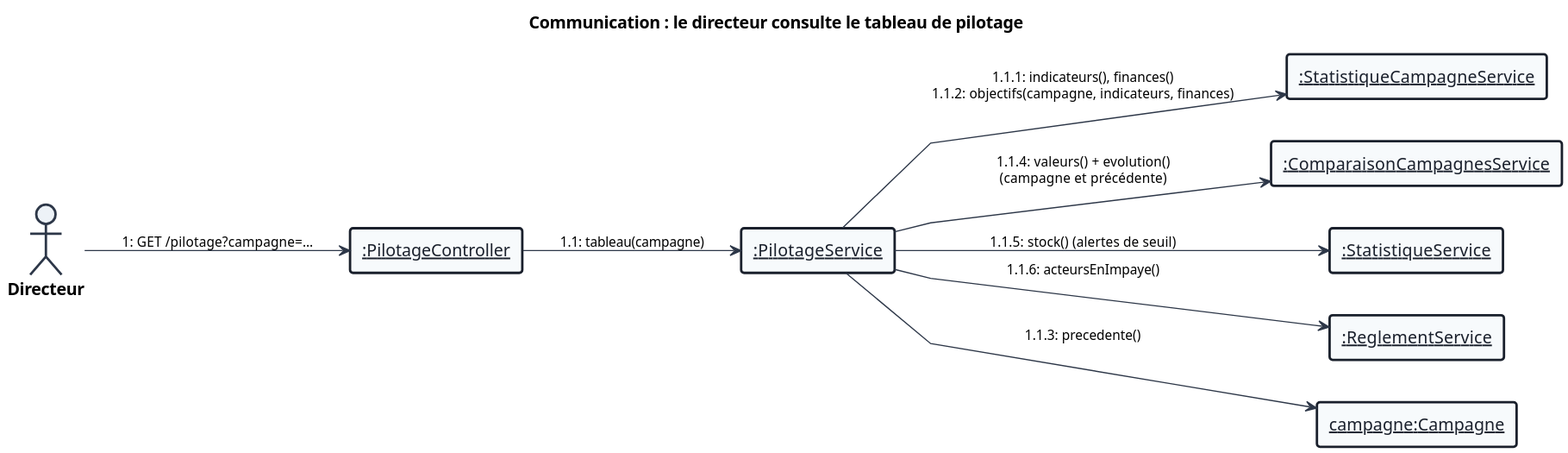
Above: docs/v2/communication/com_consulter_pilotage.svg in marasse-codec/ORYZAPP (PlantUML), before the change. The source it was exported from:
```plantuml
@startuml
title Communication : le directeur consulte le tableau de pilotage
!include style_communication.puml
left to right direction

actor "Directeur" as Directeur
rectangle "<u>:PilotageController</u>" as Controleur
rectangle "<u>:PilotageService</u>" as Pilotage
rectangle "<u>:StatistiqueCampagneService</u>" as Stats
rectangle "<u>:ComparaisonCampagnesService</u>" as Comparaison
rectangle "<u>:StatistiqueService</u>" as Suivi
rectangle "<u>:ReglementService</u>" as Reglements
rectangle "<u>campagne:Campagne</u>" as Campagne

Directeur --> Controleur : 1: GET /pilotage?campagne=…
Controleur --> Pilotage : 1.1: tableau(campagne)
Pilotage --> Stats : 1.1.1: indicateurs(), finances()\n1.1.2: objectifs(campagne, indicateurs, finances)
Pilotage --> Campagne : 1.1.3: precedente()
Pilotage --> Comparaison : 1.1.4: valeurs() + evolution()\n(campagne et précédente)
Pilotage --> Suivi : 1.1.5: stock() (alertes de seuil)
Pilotage --> Reglements : 1.1.6: acteursEnImpaye()
@enduml
```
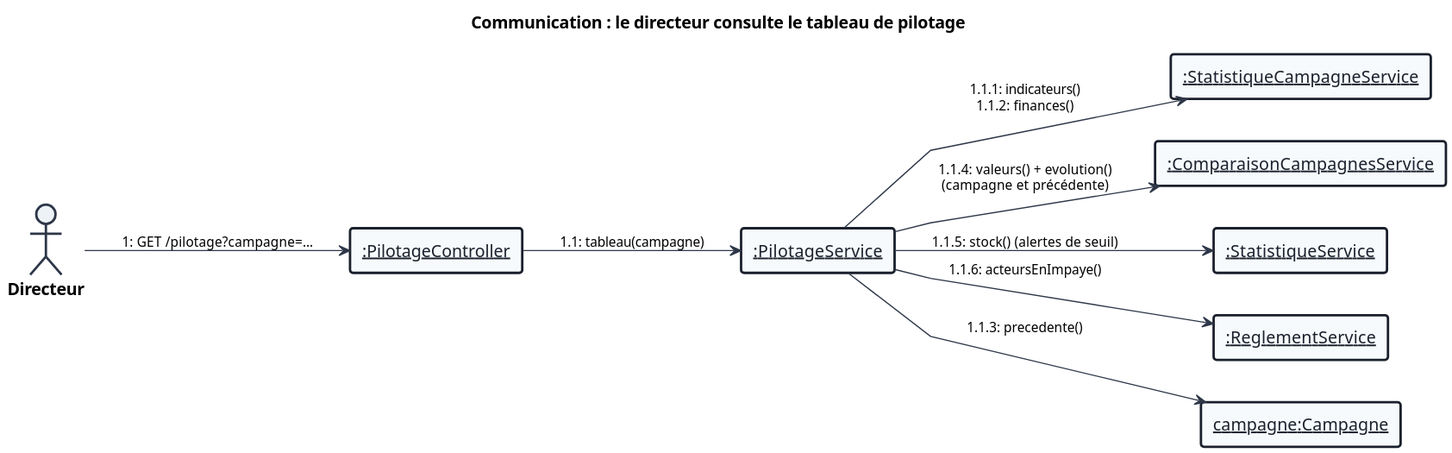
Later version of the same file.

Change to the diagram source:
```diff
@@ -14,7 +14,7 @@
 
 Directeur --> Controleur : 1: GET /pilotage?campagne=…
 Controleur --> Pilotage : 1.1: tableau(campagne)
-Pilotage --> Stats : 1.1.1: indicateurs(), finances()\n1.1.2: objectifs(campagne, indicateurs, finances)
+Pilotage --> Stats : 1.1.1: indicateurs()\n1.1.2: finances()
 Pilotage --> Campagne : 1.1.3: precedente()
 Pilotage --> Comparaison : 1.1.4: valeurs() + evolution()\n(campagne et précédente)
 Pilotage --> Suivi : 1.1.5: stock() (alertes de seuil)
```
